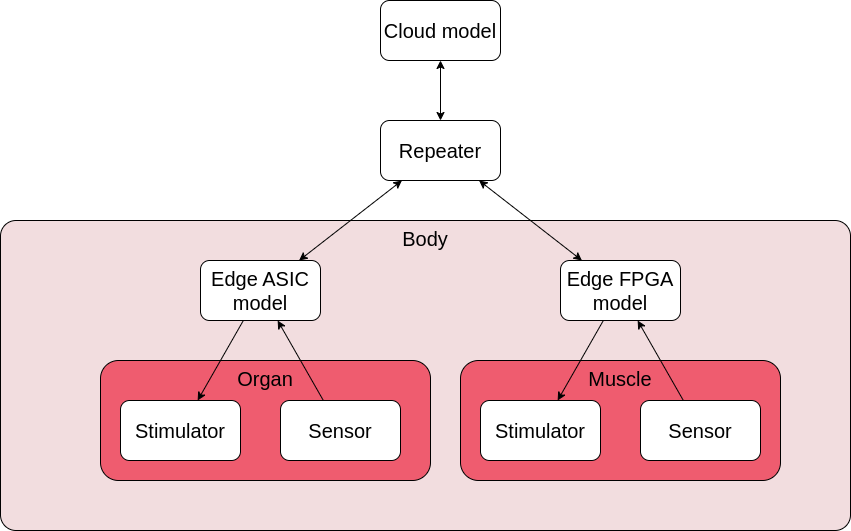
The draw.io diagram iIOT/iIOT_HLD.drawio.png in max-talanov/1, before a commit. Source tidied: cells renumbered, new cells last; positions are measured from the earlier drawing's top-left corner, leaving out a move shared by most shapes. Its diagram source:
```xml
<mxGraphModel>
  <root>
    <mxCell id="0" />
    <mxCell id="1" value="2" parent="0" />
    <mxCell id="2" value="Body" style="rounded=1;whiteSpace=wrap;html=1;fontSize=20;arcSize=5;verticalAlign=top;fillColor=#F2DDDF;strokeColor=default;" parent="1" vertex="1">
      <mxGeometry y="220" width="850" height="310" as="geometry" />
    </mxCell>
    <mxCell id="3" value="Organ" style="rounded=1;whiteSpace=wrap;html=1;strokeColor=default;fontSize=20;fillColor=#EF5C6F;verticalAlign=top;" parent="1" vertex="1">
      <mxGeometry x="100" y="360" width="330" height="120" as="geometry" />
    </mxCell>
    <mxCell id="4" value="Muscle" style="rounded=1;whiteSpace=wrap;html=1;strokeColor=default;fontSize=20;fillColor=#EF5C6F;verticalAlign=top;" parent="1" vertex="1">
      <mxGeometry x="460" y="360" width="320" height="120" as="geometry" />
    </mxCell>
    <mxCell id="5" style="rounded=0;jettySize=auto;html=1;fontSize=20;" parent="1" edge="1" source="14" target="19">
      <mxGeometry relative="1" as="geometry" />
    </mxCell>
    <mxCell id="6" style="edgeStyle=none;rounded=0;jettySize=auto;html=1;fontSize=20;startArrow=none;startFill=0;" parent="1" edge="1" source="20" target="14">
      <mxGeometry relative="1" as="geometry" />
    </mxCell>
    <mxCell id="7" style="edgeStyle=none;rounded=0;jettySize=auto;html=1;fontSize=20;startArrow=classic;startFill=1;" parent="1" edge="1" source="14" target="18">
      <mxGeometry relative="1" as="geometry" />
    </mxCell>
    <mxCell id="8" style="edgeStyle=none;rounded=0;jettySize=auto;html=1;fontSize=20;startArrow=classic;startFill=1;" parent="1" edge="1" source="18" target="17">
      <mxGeometry relative="1" as="geometry" />
    </mxCell>
    <mxCell id="9" style="edgeStyle=none;rounded=0;jettySize=auto;html=1;fontSize=20;startArrow=classic;startFill=1;" parent="1" edge="1" source="18" target="13">
      <mxGeometry relative="1" as="geometry" />
    </mxCell>
    <mxCell id="10" style="edgeStyle=none;rounded=0;jettySize=auto;html=1;fontSize=20;startArrow=none;startFill=0;" parent="1" edge="1" source="16" target="13">
      <mxGeometry relative="1" as="geometry" />
    </mxCell>
    <mxCell id="11" style="edgeStyle=none;rounded=0;jettySize=auto;html=1;fontSize=20;startArrow=none;startFill=0;" parent="1" edge="1" source="13" target="15">
      <mxGeometry relative="1" as="geometry" />
    </mxCell>
    <mxCell id="12" value="1" parent="0" />
    <mxCell id="13" value="Edge ASIC model" style="rounded=1;whiteSpace=wrap;html=1;fontSize=20;" parent="12" vertex="1">
      <mxGeometry x="200" y="260" width="120" height="60" as="geometry" />
    </mxCell>
    <mxCell id="14" value="Edge FPGA model" style="rounded=1;whiteSpace=wrap;html=1;fontSize=20;" parent="12" vertex="1">
      <mxGeometry x="560" y="260" width="120" height="60" as="geometry" />
    </mxCell>
    <mxCell id="15" value="Stimulator" style="rounded=1;whiteSpace=wrap;html=1;fontSize=20;" parent="12" vertex="1">
      <mxGeometry x="120" y="400" width="120" height="60" as="geometry" />
    </mxCell>
    <mxCell id="16" value="Sensor" style="rounded=1;whiteSpace=wrap;html=1;fontSize=20;" parent="12" vertex="1">
      <mxGeometry x="280" y="400" width="120" height="60" as="geometry" />
    </mxCell>
    <mxCell id="17" value="Cloud model" style="rounded=1;whiteSpace=wrap;html=1;fontSize=20;" parent="12" vertex="1">
      <mxGeometry x="380" width="120" height="60" as="geometry" />
    </mxCell>
    <mxCell id="18" value="Repeater" style="rounded=1;whiteSpace=wrap;html=1;fontSize=20;" parent="12" vertex="1">
      <mxGeometry x="380" y="120" width="120" height="60" as="geometry" />
    </mxCell>
    <mxCell id="19" value="Stimulator" style="rounded=1;whiteSpace=wrap;html=1;fontSize=20;" parent="12" vertex="1">
      <mxGeometry x="480" y="400" width="120" height="60" as="geometry" />
    </mxCell>
    <mxCell id="20" value="Sensor" style="rounded=1;whiteSpace=wrap;html=1;fontSize=20;" parent="12" vertex="1">
      <mxGeometry x="640" y="400" width="120" height="60" as="geometry" />
    </mxCell>
  </root>
</mxGraphModel>
```
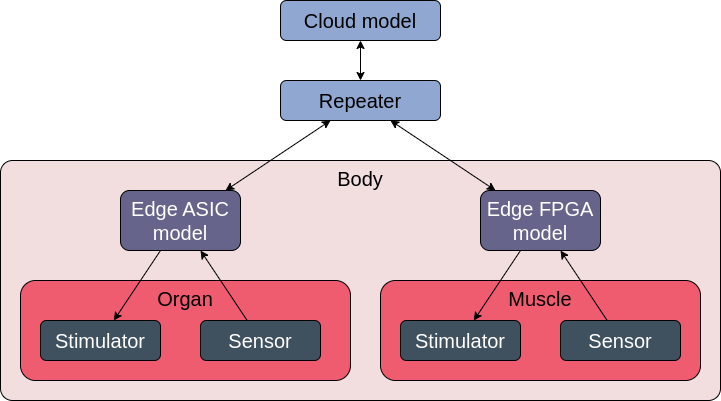
Later version of the same file.

Commit message:
corrected colors

Diff of the diagram source:
```diff
@@ -3,13 +3,13 @@
     <mxCell id="0" />
     <mxCell id="1" value="2" parent="0" />
     <mxCell id="2" value="Body" style="rounded=1;whiteSpace=wrap;html=1;fontSize=20;arcSize=5;verticalAlign=top;fillColor=#F2DDDF;strokeColor=default;" parent="1" vertex="1">
-      <mxGeometry y="220" width="850" height="310" as="geometry" />
+      <mxGeometry x="80" y="240" width="720" height="240" as="geometry" />
     </mxCell>
     <mxCell id="3" value="Organ" style="rounded=1;whiteSpace=wrap;html=1;strokeColor=default;fontSize=20;fillColor=#EF5C6F;verticalAlign=top;" parent="1" vertex="1">
-      <mxGeometry x="100" y="360" width="330" height="120" as="geometry" />
+      <mxGeometry x="100" y="360" width="330" height="100" as="geometry" />
     </mxCell>
     <mxCell id="4" value="Muscle" style="rounded=1;whiteSpace=wrap;html=1;strokeColor=default;fontSize=20;fillColor=#EF5C6F;verticalAlign=top;" parent="1" vertex="1">
-      <mxGeometry x="460" y="360" width="320" height="120" as="geometry" />
+      <mxGeometry x="460" y="360" width="320" height="100" as="geometry" />
     </mxCell>
     <mxCell id="5" style="rounded=0;jettySize=auto;html=1;fontSize=20;" parent="1" edge="1" source="14" target="19">
       <mxGeometry relative="1" as="geometry" />
@@ -33,29 +33,29 @@
       <mxGeometry relative="1" as="geometry" />
     </mxCell>
     <mxCell id="12" value="1" parent="0" />
-    <mxCell id="13" value="Edge ASIC model" style="rounded=1;whiteSpace=wrap;html=1;fontSize=20;" parent="12" vertex="1">
-      <mxGeometry x="200" y="260" width="120" height="60" as="geometry" />
+    <mxCell id="13" value="Edge ASIC model" style="rounded=1;whiteSpace=wrap;html=1;fontSize=20;fillColor=#66648B;fontColor=#FFFFFF;" parent="12" vertex="1">
+      <mxGeometry x="200" y="270" width="120" height="60" as="geometry" />
     </mxCell>
-    <mxCell id="14" value="Edge FPGA model" style="rounded=1;whiteSpace=wrap;html=1;fontSize=20;" parent="12" vertex="1">
-      <mxGeometry x="560" y="260" width="120" height="60" as="geometry" />
+    <mxCell id="14" value="Edge FPGA model" style="rounded=1;whiteSpace=wrap;html=1;fontSize=20;fillColor=#66648B;fontColor=#FFFFFF;" parent="12" vertex="1">
+      <mxGeometry x="560" y="270" width="120" height="60" as="geometry" />
     </mxCell>
-    <mxCell id="15" value="Stimulator" style="rounded=1;whiteSpace=wrap;html=1;fontSize=20;" parent="12" vertex="1">
-      <mxGeometry x="120" y="400" width="120" height="60" as="geometry" />
+    <mxCell id="15" value="Stimulator" style="rounded=1;whiteSpace=wrap;html=1;fontSize=20;fillColor=#3F505E;fontColor=#FFFFFF;" parent="12" vertex="1">
+      <mxGeometry x="120" y="400" width="120" height="40" as="geometry" />
     </mxCell>
-    <mxCell id="16" value="Sensor" style="rounded=1;whiteSpace=wrap;html=1;fontSize=20;" parent="12" vertex="1">
-      <mxGeometry x="280" y="400" width="120" height="60" as="geometry" />
+    <mxCell id="16" value="Sensor" style="rounded=1;whiteSpace=wrap;html=1;fontSize=20;fillColor=#3F505E;fontColor=#FFFFFF;" parent="12" vertex="1">
+      <mxGeometry x="280" y="400" width="120" height="40" as="geometry" />
     </mxCell>
-    <mxCell id="17" value="Cloud model" style="rounded=1;whiteSpace=wrap;html=1;fontSize=20;" parent="12" vertex="1">
-      <mxGeometry x="380" width="120" height="60" as="geometry" />
+    <mxCell id="17" value="Cloud model" style="rounded=1;whiteSpace=wrap;html=1;fontSize=20;fillColor=#90A7D1;" parent="12" vertex="1">
+      <mxGeometry x="360" y="80" width="160" height="40" as="geometry" />
     </mxCell>
-    <mxCell id="18" value="Repeater" style="rounded=1;whiteSpace=wrap;html=1;fontSize=20;" parent="12" vertex="1">
-      <mxGeometry x="380" y="120" width="120" height="60" as="geometry" />
+    <mxCell id="18" value="Repeater" style="rounded=1;whiteSpace=wrap;html=1;fontSize=20;fillColor=#90A7D1;" parent="12" vertex="1">
+      <mxGeometry x="360" y="160" width="160" height="40" as="geometry" />
     </mxCell>
-    <mxCell id="19" value="Stimulator" style="rounded=1;whiteSpace=wrap;html=1;fontSize=20;" parent="12" vertex="1">
-      <mxGeometry x="480" y="400" width="120" height="60" as="geometry" />
+    <mxCell id="19" value="Stimulator" style="rounded=1;whiteSpace=wrap;html=1;fontSize=20;fillColor=#3F505E;fontColor=#FFFFFF;" parent="12" vertex="1">
+      <mxGeometry x="480" y="400" width="120" height="40" as="geometry" />
     </mxCell>
-    <mxCell id="20" value="Sensor" style="rounded=1;whiteSpace=wrap;html=1;fontSize=20;" parent="12" vertex="1">
-      <mxGeometry x="640" y="400" width="120" height="60" as="geometry" />
+    <mxCell id="20" value="Sensor" style="rounded=1;whiteSpace=wrap;html=1;fontSize=20;fillColor=#3F505E;fontColor=#FFFFFF;" parent="12" vertex="1">
+      <mxGeometry x="640" y="400" width="120" height="40" as="geometry" />
     </mxCell>
   </root>
 </mxGraphModel>
```
